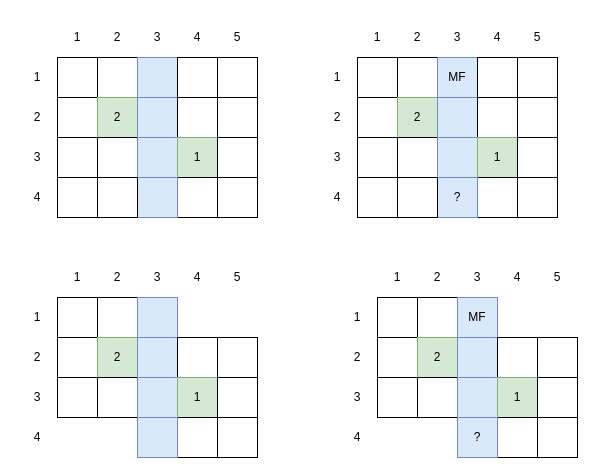
The draw.io diagram page "Страница 31" (30 of 31) of docs/Черновик.drawio in xex238/Diploma_2022, before the edit. Source tidied: cells renumbered, new cells numbered last; positions are measured from the earlier drawing's top-left corner, leaving out a move shared by most shapes. Both pictures are drawn from the tidied source at 100%, with x=0, y=0 at pixel (17, 17).
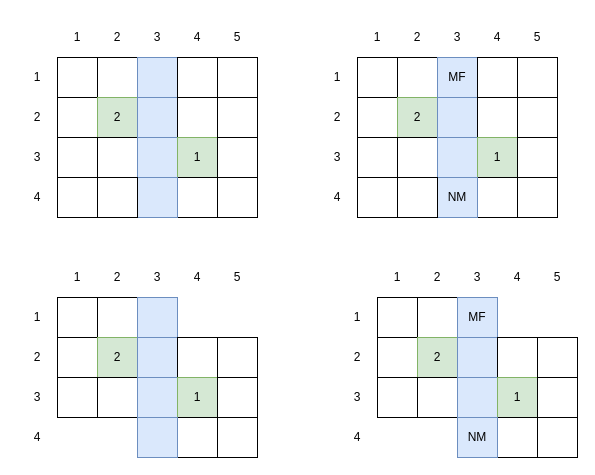
After the change.

What changed in the source:
```diff
@@
-    <mxCell id="48" value="?" style="rounded=0;whiteSpace=wrap;html=1;fillColor=#dae8fc;strokeColor=#6c8ebf;" parent="1" vertex="1">
+    <mxCell id="48" value="NM" style="rounded=0;whiteSpace=wrap;html=1;fillColor=#dae8fc;strokeColor=#6c8ebf;" parent="1" vertex="1">
       <mxGeometry x="420" y="160" width="40" height="40" as="geometry" />
     </mxCell>
@@
-    <mxCell id="106" value="?" style="rounded=0;whiteSpace=wrap;html=1;fillColor=#dae8fc;strokeColor=#6c8ebf;" parent="1" vertex="1">
+    <mxCell id="106" value="NM" style="rounded=0;whiteSpace=wrap;html=1;fillColor=#dae8fc;strokeColor=#6c8ebf;" parent="1" vertex="1">
       <mxGeometry x="440" y="400" width="40" height="40" as="geometry" />
     </mxCell>
```
